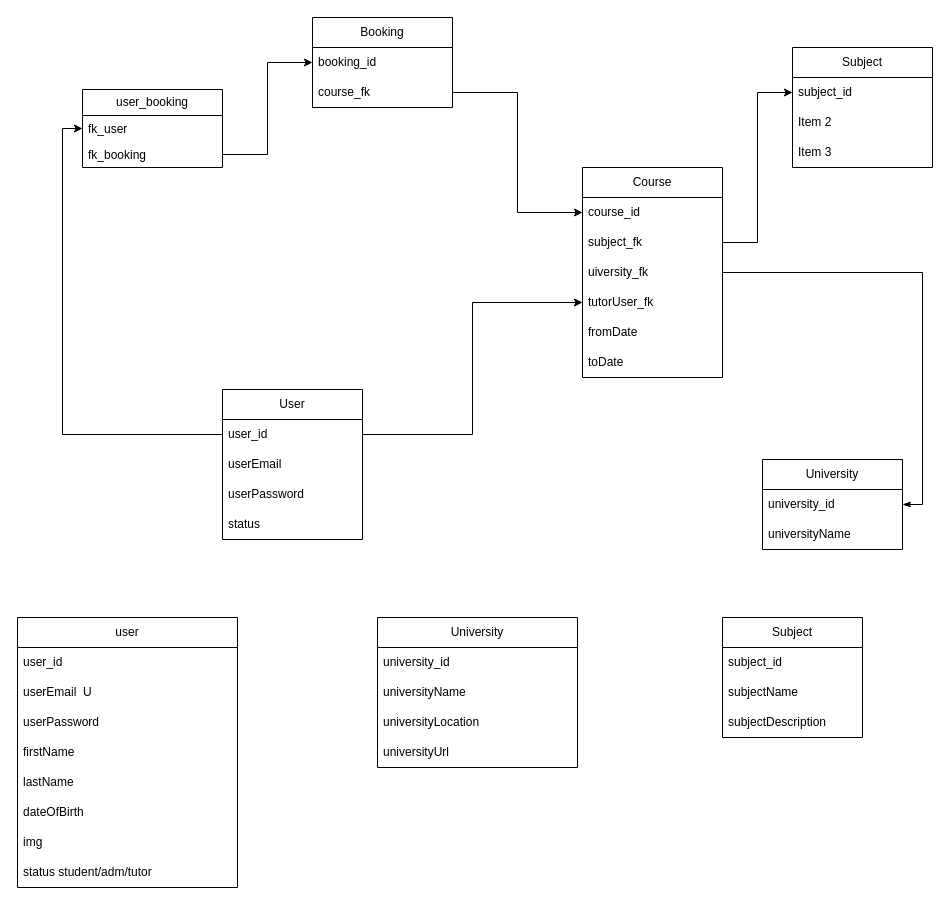
This is DB/DBWireframe.drawio from brunokreppel/GroupProjectBackEnd, a draw.io file, before an edit. Source tidied: cells renumbered, new cells numbered last; positions are measured from the earlier drawing's top-left corner, leaving out a move shared by most shapes. Both pictures are drawn from the tidied source at 100%, with x=0, y=0 at pixel (17, 17).
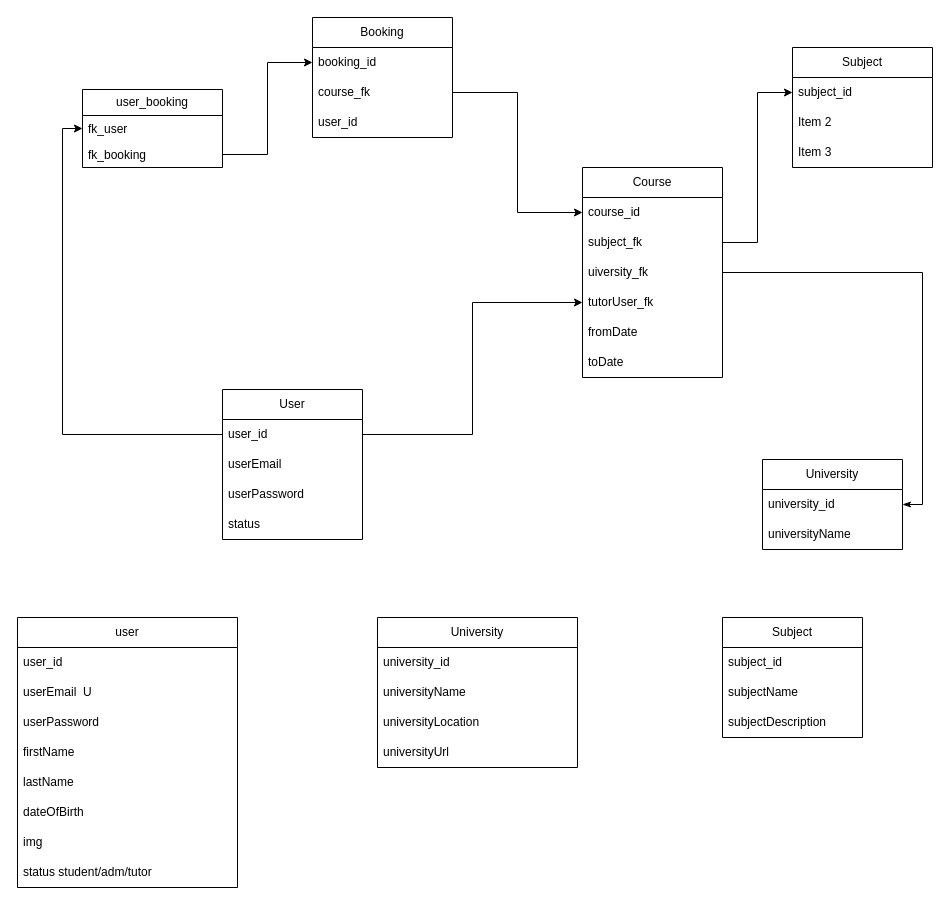
The same page after the edit.

Diff of the diagram source:
```diff
@@
     <mxCell id="2" value="Booking" style="swimlane;fontStyle=0;horizontal=1;startSize=30;whiteSpace=wrap;html=1;" parent="1" vertex="1">
-      <mxGeometry x="295" width="140" height="90" as="geometry" />
+      <mxGeometry x="295" width="140" height="120" as="geometry" />
     </mxCell>
@@
+    <mxCell id="51" value="user_id" style="text;strokeColor=none;fillColor=none;align=left;verticalAlign=middle;spacingLeft=4;spacingRight=4;overflow=hidden;whiteSpace=wrap;html=1;" parent="2" vertex="1">
+      <mxGeometry y="90" width="140" height="30" as="geometry" />
+    </mxCell>
```
